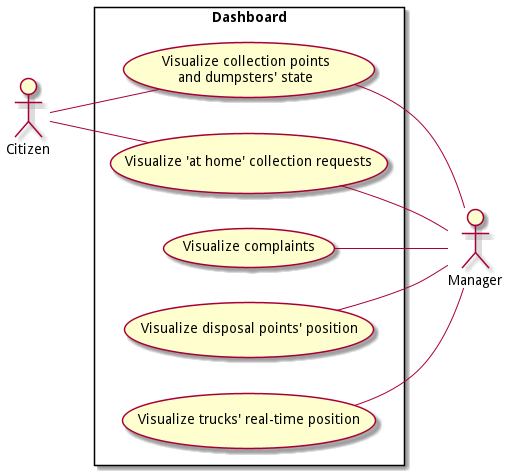
SmartWasteCollection/project-management keeps this PlantUML diagram as img/dashboard-use-cases.pm.png. Above is the earlier version. Source of this version:
```plantuml
@startuml
!include ../metamodels/use-cases.iuml
left to right direction
actor Citizen as c
actor Manager as m

scenarios "Dashboard" {
    usecase "Visualize collection points\nand dumpsters' state" as dumpsters
    uses(c, dumpsters)
    uses(m, dumpsters, right)

    usecase "Visualize 'at home' collection requests" as requests
    uses(m, requests, left)
    uses(c, requests)

    usecase "Visualize complaints" as complaints
    uses(m, complaints, left)

    usecase "Visualize trucks' real-time position" as position
    uses(m, position, up)

    usecase "Visualize disposal points' position" as disposal
    uses(m, disposal, up)
}

@enduml
```
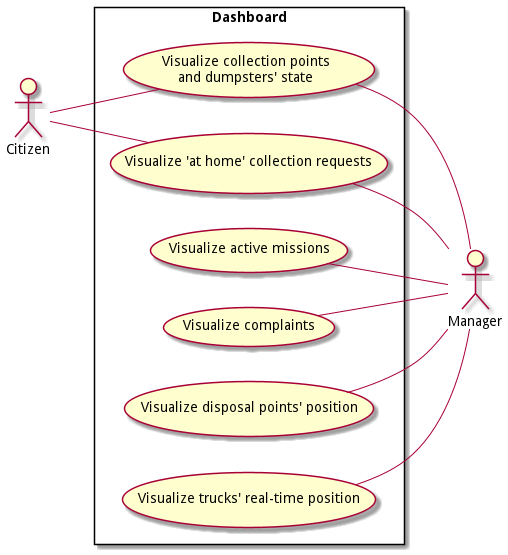
Later version of the same file.

Commit message:
docs(uml): generate PNG files for PlantUML diagrams

Diff of the diagram source:
```diff
@@ -13,6 +13,9 @@
     uses(m, requests, left)
     uses(c, requests)
 
+    usecase "Visualize active missions" as missions
+    uses(m, missions, left)
+
     usecase "Visualize complaints" as complaints
     uses(m, complaints, left)
 
```
